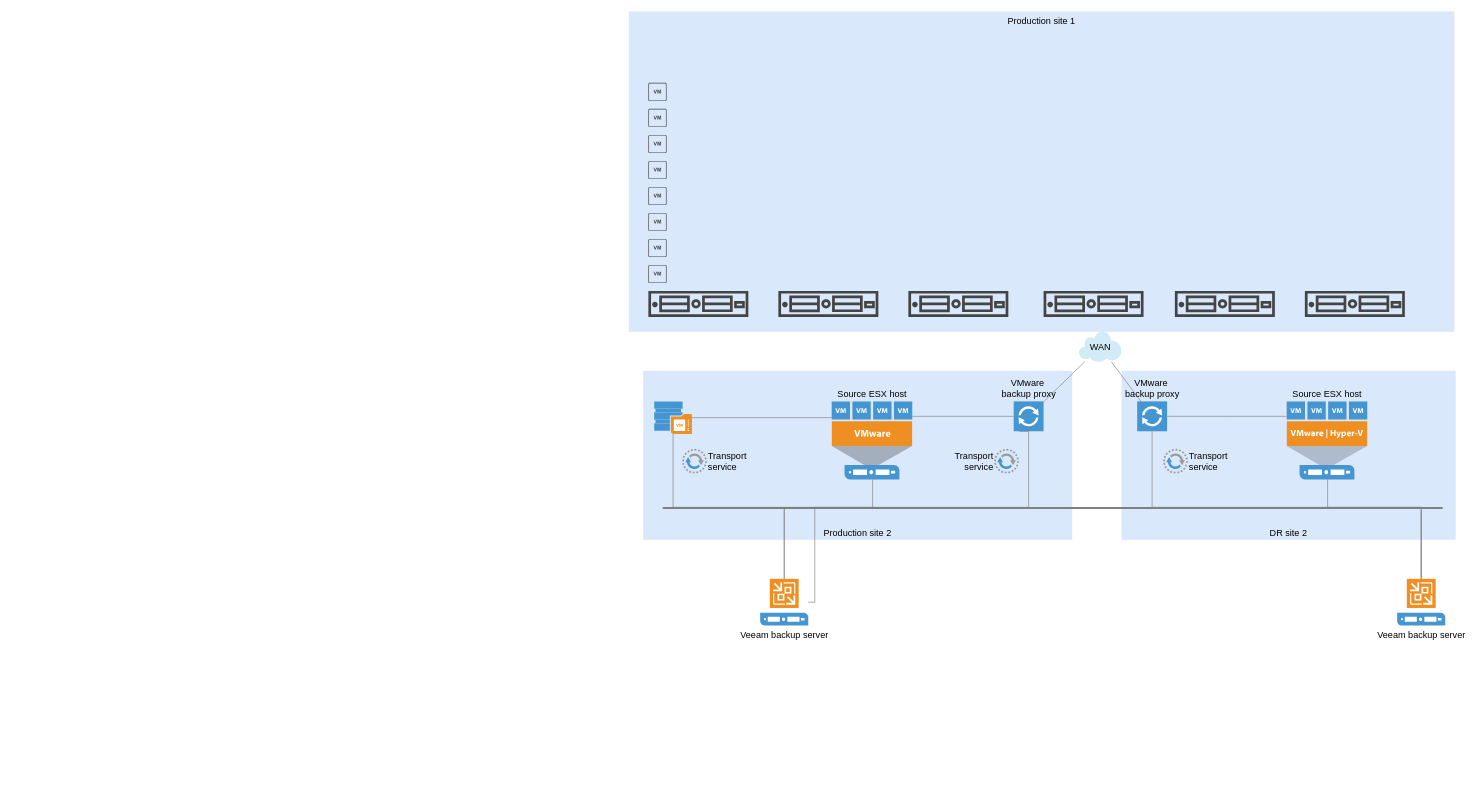
gsrit/test-git keeps this draw.io diagram as Untitled Diagram.drawio. Above is the earlier version. Source tidied: cells renumbered, new cells numbered last; positions are measured from the earlier drawing's top-left corner, leaving out a move shared by most shapes. Both pictures are drawn from the tidied source at 65%, with x=0, y=0 at pixel (629, 11). Pictures stored in the file or linked from it are replaced by grey dashed boxes.
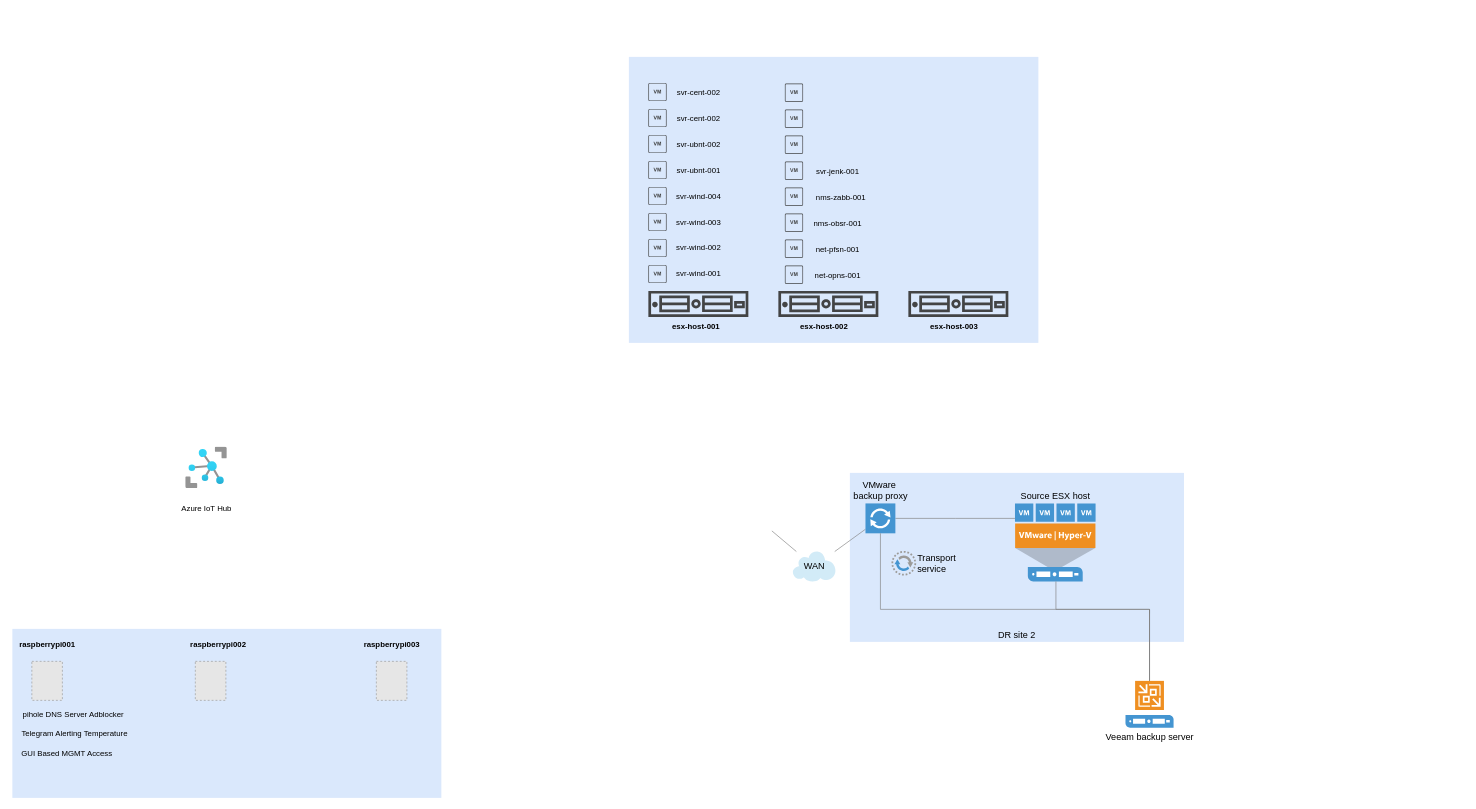
The same page after the edit.

Change to the diagram source:
```diff
@@
     <mxCell id="2" value="DR site 2" style="whiteSpace=wrap;html=1;fillColor=#dae8fc;fontSize=14;strokeColor=none;verticalAlign=bottom;" parent="1" vertex="1">
-      <mxGeometry x="758" y="553" width="514" height="260" as="geometry" />
+      <mxGeometry x="340" y="710" width="514" height="260" as="geometry" />
     </mxCell>
-    <mxCell id="3" value="Production site 2" style="whiteSpace=wrap;html=1;fillColor=#dae8fc;fontSize=14;strokeColor=none;verticalAlign=bottom;" parent="1" vertex="1">
-      <mxGeometry x="22" y="553" width="660" height="260" as="geometry" />
+    <mxCell id="3" style="whiteSpace=wrap;html=1;fillColor=#dae8fc;fontSize=14;strokeColor=none;verticalAlign=bottom;" parent="1" vertex="1">
+      <mxGeometry x="-948.5" y="950" width="660" height="260" as="geometry" />
     </mxCell>
-    <mxCell id="4" value="Production site 1" style="whiteSpace=wrap;html=1;fillColor=#dae8fc;fontSize=14;strokeColor=none;verticalAlign=top;" parent="1" vertex="1">
-      <mxGeometry width="1270" height="493" as="geometry" />
+    <mxCell id="4" style="whiteSpace=wrap;html=1;fillColor=#dae8fc;fontSize=14;strokeColor=none;verticalAlign=top;" parent="1" vertex="1">
+      <mxGeometry y="70" width="630" height="440" as="geometry" />
     </mxCell>
     <mxCell id="5" value="WAN" style="shadow=0;dashed=0;html=1;strokeColor=none;fillColor=#4495D1;labelPosition=center;verticalLabelPosition=middle;verticalAlign=middle;shape=mxgraph.veeam.2d.cloud;fontSize=14;align=center;" parent="1" vertex="1">
-      <mxGeometry x="692" y="493" width="66" height="46" as="geometry" />
+      <mxGeometry x="252" y="831" width="66" height="46" as="geometry" />
     </mxCell>
-    <mxCell id="6" style="edgeStyle=elbowEdgeStyle;rounded=0;html=1;startSize=10;endSize=10;jettySize=auto;fontSize=14;endArrow=none;endFill=0;strokeColor=#808080;elbow=vertical;" parent="1" edge="1" source="7" target="9">
-      <mxGeometry relative="1" as="geometry" />
-    </mxCell>
-    <mxCell id="7" style="shadow=0;dashed=0;html=1;strokeColor=none;fillColor=#4495D1;labelPosition=center;verticalLabelPosition=bottom;verticalAlign=top;shape=mxgraph.veeam.2d.backup_repository_2;fontSize=14;" parent="1" vertex="1">
-      <mxGeometry x="39" y="600" width="58" height="50" as="geometry" />
-    </mxCell>
-    <mxCell id="8" style="edgeStyle=elbowEdgeStyle;rounded=0;html=1;startSize=10;endSize=10;jettySize=auto;fontSize=14;endArrow=none;endFill=0;strokeColor=#808080;elbow=vertical;" parent="1" edge="1" source="9" target="11">
-      <mxGeometry relative="1" as="geometry" />
-    </mxCell>
-    <mxCell id="9" value="Source ESX host" style="shadow=0;dashed=0;html=1;strokeColor=none;fillColor=#4495D1;labelPosition=center;verticalLabelPosition=top;verticalAlign=bottom;shape=mxgraph.veeam.2d.vmware_host;fontSize=14;align=center;" parent="1" vertex="1">
-      <mxGeometry x="312" y="600" width="124" height="120" as="geometry" />
-    </mxCell>
-    <mxCell id="10" style="rounded=0;html=1;startSize=10;endSize=10;jettySize=auto;fontSize=14;endArrow=none;endFill=0;strokeColor=#808080;" parent="1" edge="1" source="11" target="5">
-      <mxGeometry relative="1" as="geometry" />
+    <mxCell id="10" style="rounded=0;html=1;startSize=10;endSize=10;jettySize=auto;fontSize=14;endArrow=none;endFill=0;strokeColor=#808080;" parent="1" edge="1" target="5">
+      <mxGeometry relative="1" as="geometry">
+        <mxPoint x="220" y="799.3" as="sourcePoint" />
+      </mxGeometry>
     </mxCell>
-    <mxCell id="11" value="VMware&amp;nbsp;&lt;div&gt;backup&amp;nbsp;&lt;span&gt;proxy&lt;/span&gt;&lt;/div&gt;" style="shadow=0;dashed=0;html=1;strokeColor=none;fillColor=#4495D1;labelPosition=center;verticalLabelPosition=top;verticalAlign=bottom;shape=mxgraph.veeam.2d.proxy;fontSize=14;align=center;" parent="1" vertex="1">
-      <mxGeometry x="592" y="600" width="46" height="46" as="geometry" />
-    </mxCell>
@@
     <mxCell id="14" value="VMware&amp;nbsp;&lt;div&gt;backup&amp;nbsp;&lt;span&gt;proxy&lt;/span&gt;&lt;/div&gt;" style="shadow=0;dashed=0;html=1;strokeColor=none;fillColor=#4495D1;labelPosition=center;verticalLabelPosition=top;verticalAlign=bottom;shape=mxgraph.veeam.2d.proxy;fontSize=14;align=center;" parent="1" vertex="1">
-      <mxGeometry x="782" y="600" width="46" height="46" as="geometry" />
+      <mxGeometry x="364" y="757" width="46" height="46" as="geometry" />
     </mxCell>
     <mxCell id="15" value="Source ESX host" style="shadow=0;dashed=0;html=1;strokeColor=none;fillColor=#4495D1;labelPosition=center;verticalLabelPosition=top;verticalAlign=bottom;shape=mxgraph.veeam.2d.hyper_v_vmware_host;fontSize=14;align=center;" parent="1" vertex="1">
-      <mxGeometry x="1012" y="600" width="124" height="120" as="geometry" />
+      <mxGeometry x="594" y="757" width="124" height="120" as="geometry" />
     </mxCell>
-    <mxCell id="16" style="edgeStyle=orthogonalEdgeStyle;rounded=0;html=1;startSize=10;endSize=10;jettySize=auto;fontSize=14;endArrow=none;endFill=0;strokeColor=#808080;" parent="1" edge="1" source="19" target="7">
-      <mxGeometry relative="1" as="geometry">
-        <Array as="points">
-          <mxPoint x="239" y="763" />
-          <mxPoint x="68" y="763" />
-        </Array>
-      </mxGeometry>
-    </mxCell>
-    <mxCell id="17" style="edgeStyle=orthogonalEdgeStyle;rounded=0;html=1;startSize=10;endSize=10;jettySize=auto;fontSize=14;endArrow=none;endFill=0;strokeColor=#808080;" parent="1" edge="1" source="19" target="9">
-      <mxGeometry relative="1" as="geometry">
-        <Array as="points">
-          <mxPoint x="239" y="763" />
-          <mxPoint x="375" y="763" />
-        </Array>
-      </mxGeometry>
-    </mxCell>
-    <mxCell id="18" style="edgeStyle=orthogonalEdgeStyle;rounded=0;html=1;entryX=0.202;entryY=1.004;entryPerimeter=0;startSize=10;endSize=10;jettySize=auto;fontSize=14;endArrow=none;endFill=0;strokeColor=#808080;" parent="1" edge="1" source="19" target="11">
-      <mxGeometry relative="1" as="geometry">
-        <Array as="points">
-          <mxPoint x="286" y="763" />
-          <mxPoint x="615" y="763" />
-          <mxPoint x="615" y="647" />
-        </Array>
-      </mxGeometry>
-    </mxCell>
-    <mxCell id="19" value="Veeam backup server" style="shadow=0;dashed=0;html=1;strokeColor=none;fillColor=#4495D1;labelPosition=center;verticalLabelPosition=bottom;verticalAlign=top;shape=mxgraph.veeam.2d.veeam_backup_and_replication_server;fontSize=14;" parent="1" vertex="1">
-      <mxGeometry x="202" y="873" width="74" height="72" as="geometry" />
-    </mxCell>
     <mxCell id="20" style="edgeStyle=orthogonalEdgeStyle;rounded=0;html=1;startSize=10;endSize=10;jettySize=auto;fontSize=14;endArrow=none;endFill=0;strokeColor=#808080;" parent="1" edge="1" source="22" target="15">
       <mxGeometry relative="1" as="geometry">
         <Array as="points">
-          <mxPoint x="1219" y="763" />
-          <mxPoint x="1075" y="763" />
+          <mxPoint x="801" y="920" />
+          <mxPoint x="657" y="920" />
         </Array>
       </mxGeometry>
     </mxCell>
     <mxCell id="21" style="edgeStyle=orthogonalEdgeStyle;rounded=0;html=1;startSize=10;endSize=10;jettySize=auto;fontSize=14;endArrow=none;endFill=0;strokeColor=#808080;" parent="1" edge="1" source="22" target="14">
       <mxGeometry relative="1" as="geometry">
         <Array as="points">
-          <mxPoint x="1219" y="763" />
-          <mxPoint x="805" y="763" />
+          <mxPoint x="801" y="920" />
+          <mxPoint x="387" y="920" />
         </Array>
       </mxGeometry>
     </mxCell>
     <mxCell id="22" value="Veeam backup server" style="shadow=0;dashed=0;html=1;strokeColor=none;fillColor=#4495D1;labelPosition=center;verticalLabelPosition=bottom;verticalAlign=top;shape=mxgraph.veeam.2d.veeam_backup_and_replication_server;fontSize=14;" parent="1" vertex="1">
-      <mxGeometry x="1182" y="873" width="74" height="72" as="geometry" />
+      <mxGeometry x="764" y="1030" width="74" height="72" as="geometry" />
     </mxCell>
-    <mxCell id="23" value="Transport&lt;div&gt;service&lt;/div&gt;" style="shadow=0;dashed=0;html=1;strokeColor=none;fillColor=#4495D1;labelPosition=right;verticalLabelPosition=middle;verticalAlign=middle;shape=mxgraph.veeam.2d.data_mover;fontSize=14;align=left;" parent="1" vertex="1">
-      <mxGeometry x="82" y="673" width="38" height="38" as="geometry" />
-    </mxCell>
-    <mxCell id="24" value="Transport&lt;div&gt;service&lt;/div&gt;" style="shadow=0;dashed=0;html=1;strokeColor=none;fillColor=#4495D1;labelPosition=left;verticalLabelPosition=middle;verticalAlign=middle;shape=mxgraph.veeam.2d.data_mover;fontSize=14;align=right;" parent="1" vertex="1">
-      <mxGeometry x="562" y="673" width="38" height="38" as="geometry" />
-    </mxCell>
     <mxCell id="25" value="Transport&lt;div&gt;service&lt;/div&gt;" style="shadow=0;dashed=0;html=1;strokeColor=none;fillColor=#4495D1;labelPosition=right;verticalLabelPosition=middle;verticalAlign=middle;shape=mxgraph.veeam.2d.data_mover;fontSize=14;align=left;" parent="1" vertex="1">
-      <mxGeometry x="822" y="673" width="38" height="38" as="geometry" />
+      <mxGeometry x="404" y="830" width="38" height="38" as="geometry" />
     </mxCell>
-    <mxCell id="26" style="line;strokeWidth=3;html=1;fillColor=none;gradientColor=none;fontSize=14;strokeColor=#808080;" parent="1" vertex="1">
-      <mxGeometry x="52" y="759" width="1200" height="10" as="geometry" />
-    </mxCell>
-    <mxCell id="27" style="edgeStyle=orthogonalEdgeStyle;rounded=0;html=1;startSize=10;endSize=10;jettySize=auto;fontSize=14;endArrow=none;endFill=0;strokeColor=#808080;" parent="1" edge="1" source="22" target="26">
+    <mxCell id="27" style="edgeStyle=orthogonalEdgeStyle;rounded=0;html=1;startSize=10;endSize=10;jettySize=auto;fontSize=14;endArrow=none;endFill=0;strokeColor=#808080;" parent="1" edge="1" source="22">
       <mxGeometry relative="1" as="geometry">
+        <mxPoint x="801" y="926" as="targetPoint" />
         <Array as="points">
-          <mxPoint x="1219" y="763" />
+          <mxPoint x="801" y="920" />
         </Array>
       </mxGeometry>
     </mxCell>
@@
-    <mxCell id="31" style="sketch=0;shadow=0;dashed=0;html=1;strokeColor=none;fillColor=#434445;labelPosition=center;verticalLabelPosition=bottom;verticalAlign=top;align=center;shape=mxgraph.vvd.server;" parent="1" vertex="1">
-      <mxGeometry x="638" y="430" width="153.8" height="40" as="geometry" />
-    </mxCell>
-    <mxCell id="32" style="sketch=0;shadow=0;dashed=0;html=1;strokeColor=none;fillColor=#434445;labelPosition=center;verticalLabelPosition=bottom;verticalAlign=top;align=center;shape=mxgraph.vvd.server;" parent="1" vertex="1">
-      <mxGeometry x="840" y="430" width="153.8" height="40" as="geometry" />
-    </mxCell>
-    <mxCell id="33" style="sketch=0;shadow=0;dashed=0;html=1;strokeColor=none;fillColor=#434445;labelPosition=center;verticalLabelPosition=bottom;verticalAlign=top;align=center;shape=mxgraph.vvd.server;" parent="1" vertex="1">
-      <mxGeometry x="1040" y="430" width="153.8" height="40" as="geometry" />
-    </mxCell>
@@
+    <mxCell id="42" value="svr-wind-001" style="text;html=1;align=center;verticalAlign=middle;strokeColor=none;fillColor=none;" parent="1" vertex="1">
+      <mxGeometry x="61.9" y="389" width="90" height="30" as="geometry" />
+    </mxCell>
+    <mxCell id="43" value="svr-wind-002" style="text;html=1;align=center;verticalAlign=middle;strokeColor=none;fillColor=none;" parent="1" vertex="1">
+      <mxGeometry x="61.9" y="348" width="90" height="30" as="geometry" />
+    </mxCell>
+    <mxCell id="44" value="svr-wind-003" style="text;html=1;align=center;verticalAlign=middle;strokeColor=none;fillColor=none;" parent="1" vertex="1">
+      <mxGeometry x="61.9" y="310" width="90" height="30" as="geometry" />
+    </mxCell>
+    <mxCell id="45" value="svr-wind-004" style="text;html=1;align=center;verticalAlign=middle;strokeColor=none;fillColor=none;" parent="1" vertex="1">
+      <mxGeometry x="61.9" y="270" width="90" height="30" as="geometry" />
+    </mxCell>
+    <mxCell id="46" value="svr-ubnt-001" style="text;html=1;align=center;verticalAlign=middle;strokeColor=none;fillColor=none;" parent="1" vertex="1">
+      <mxGeometry x="61.9" y="230" width="90" height="30" as="geometry" />
+    </mxCell>
+    <mxCell id="47" value="svr-ubnt-002" style="text;html=1;align=center;verticalAlign=middle;strokeColor=none;fillColor=none;" parent="1" vertex="1">
+      <mxGeometry x="61.9" y="190" width="90" height="30" as="geometry" />
+    </mxCell>
+    <mxCell id="48" value="svr-cent-002" style="text;html=1;align=center;verticalAlign=middle;strokeColor=none;fillColor=none;" parent="1" vertex="1">
+      <mxGeometry x="61.9" y="150" width="90" height="30" as="geometry" />
+    </mxCell>
+    <mxCell id="49" value="svr-cent-002" style="text;html=1;align=center;verticalAlign=middle;strokeColor=none;fillColor=none;" parent="1" vertex="1">
+      <mxGeometry x="61.9" y="110" width="90" height="30" as="geometry" />
+    </mxCell>
+    <mxCell id="50" style="sketch=0;shadow=0;dashed=0;html=1;strokeColor=none;fillColor=#434445;labelPosition=center;verticalLabelPosition=bottom;verticalAlign=top;align=center;shape=mxgraph.vvd.virtual_machine;" parent="1" vertex="1">
+      <mxGeometry x="240" y="391" width="28" height="28" as="geometry" />
+    </mxCell>
+    <mxCell id="51" style="sketch=0;shadow=0;dashed=0;html=1;strokeColor=none;fillColor=#434445;labelPosition=center;verticalLabelPosition=bottom;verticalAlign=top;align=center;shape=mxgraph.vvd.virtual_machine;" parent="1" vertex="1">
+      <mxGeometry x="240" y="351" width="28" height="28" as="geometry" />
+    </mxCell>
+    <mxCell id="52" style="sketch=0;shadow=0;dashed=0;html=1;strokeColor=none;fillColor=#434445;labelPosition=center;verticalLabelPosition=bottom;verticalAlign=top;align=center;shape=mxgraph.vvd.virtual_machine;" parent="1" vertex="1">
+      <mxGeometry x="240" y="311" width="28" height="28" as="geometry" />
+    </mxCell>
+    <mxCell id="53" style="sketch=0;shadow=0;dashed=0;html=1;strokeColor=none;fillColor=#434445;labelPosition=center;verticalLabelPosition=bottom;verticalAlign=top;align=center;shape=mxgraph.vvd.virtual_machine;" parent="1" vertex="1">
+      <mxGeometry x="240" y="271" width="28" height="28" as="geometry" />
+    </mxCell>
+    <mxCell id="54" style="sketch=0;shadow=0;dashed=0;html=1;strokeColor=none;fillColor=#434445;labelPosition=center;verticalLabelPosition=bottom;verticalAlign=top;align=center;shape=mxgraph.vvd.virtual_machine;" parent="1" vertex="1">
+      <mxGeometry x="240" y="231" width="28" height="28" as="geometry" />
+    </mxCell>
+    <mxCell id="55" style="sketch=0;shadow=0;dashed=0;html=1;strokeColor=none;fillColor=#434445;labelPosition=center;verticalLabelPosition=bottom;verticalAlign=top;align=center;shape=mxgraph.vvd.virtual_machine;" parent="1" vertex="1">
+      <mxGeometry x="240" y="191" width="28" height="28" as="geometry" />
+    </mxCell>
+    <mxCell id="56" style="sketch=0;shadow=0;dashed=0;html=1;strokeColor=none;fillColor=#434445;labelPosition=center;verticalLabelPosition=bottom;verticalAlign=top;align=center;shape=mxgraph.vvd.virtual_machine;" parent="1" vertex="1">
+      <mxGeometry x="240" y="151" width="28" height="28" as="geometry" />
+    </mxCell>
+    <mxCell id="57" style="sketch=0;shadow=0;dashed=0;html=1;strokeColor=none;fillColor=#434445;labelPosition=center;verticalLabelPosition=bottom;verticalAlign=top;align=center;shape=mxgraph.vvd.virtual_machine;" parent="1" vertex="1">
+      <mxGeometry x="240" y="111" width="28" height="28" as="geometry" />
+    </mxCell>
+    <mxCell id="58" value="net-opns-001" style="text;html=1;align=center;verticalAlign=middle;strokeColor=none;fillColor=none;" parent="1" vertex="1">
+      <mxGeometry x="276" y="391" width="90" height="30" as="geometry" />
+    </mxCell>
+    <mxCell id="59" value="net-pfsn-001" style="text;html=1;align=center;verticalAlign=middle;strokeColor=none;fillColor=none;" parent="1" vertex="1">
+      <mxGeometry x="276" y="351" width="90" height="30" as="geometry" />
+    </mxCell>
+    <mxCell id="60" value="nms-obsr-001" style="text;html=1;align=center;verticalAlign=middle;strokeColor=none;fillColor=none;" parent="1" vertex="1">
+      <mxGeometry x="271" y="311" width="100" height="30" as="geometry" />
+    </mxCell>
+    <mxCell id="61" value="nms-zabb-001" style="text;html=1;align=center;verticalAlign=middle;strokeColor=none;fillColor=none;" parent="1" vertex="1">
+      <mxGeometry x="276" y="271" width="100" height="30" as="geometry" />
+    </mxCell>
+    <mxCell id="62" value="svr-jenk-001" style="text;html=1;align=center;verticalAlign=middle;strokeColor=none;fillColor=none;" parent="1" vertex="1">
+      <mxGeometry x="276" y="231" width="90" height="30" as="geometry" />
+    </mxCell>
+    <mxCell id="63" value="esx-host-001" style="text;html=1;align=center;verticalAlign=middle;strokeColor=none;fillColor=none;fontStyle=1;" parent="1" vertex="1">
+      <mxGeometry x="53" y="470" width="100" height="30" as="geometry" />
+    </mxCell>
+    <mxCell id="64" value="esx-host-002" style="text;html=1;align=center;verticalAlign=middle;strokeColor=none;fillColor=none;fontStyle=1;" parent="1" vertex="1">
+      <mxGeometry x="250" y="470" width="100" height="30" as="geometry" />
+    </mxCell>
+    <mxCell id="65" value="esx-host-003" style="text;html=1;align=center;verticalAlign=middle;strokeColor=none;fillColor=none;fontStyle=1;" parent="1" vertex="1">
+      <mxGeometry x="450" y="470" width="100" height="30" as="geometry" />
+    </mxCell>
+    <mxCell id="66" style="fillColor=#E6E6E6;strokeColor=#999999;dashed=1;verticalLabelPosition=bottom;labelBackgroundColor=default;verticalAlign=top;" parent="1" vertex="1">
+      <mxGeometry x="-918.5" y="1000" width="47" height="60" as="geometry" />
+    </mxCell>
+    <mxCell id="67" style="fillColor=#E6E6E6;strokeColor=#999999;dashed=1;verticalLabelPosition=bottom;labelBackgroundColor=default;verticalAlign=top;" parent="1" vertex="1">
+      <mxGeometry x="-667" y="1000" width="47" height="60" as="geometry" />
+    </mxCell>
+    <mxCell id="68" style="fillColor=#E6E6E6;strokeColor=#999999;dashed=1;verticalLabelPosition=bottom;labelBackgroundColor=default;verticalAlign=top;" parent="1" vertex="1">
+      <mxGeometry x="-388.5" y="1000" width="47" height="60" as="geometry" />
+    </mxCell>
+    <mxCell id="69" value="raspberrypi001" style="text;html=1;align=center;verticalAlign=middle;strokeColor=none;fillColor=none;fontStyle=1;" parent="1" vertex="1">
+      <mxGeometry x="-950" y="960" width="110" height="30" as="geometry" />
+    </mxCell>
+    <mxCell id="70" value="raspberrypi002" style="text;html=1;align=center;verticalAlign=middle;strokeColor=none;fillColor=none;fontStyle=1;" parent="1" vertex="1">
+      <mxGeometry x="-687.5" y="960" width="110" height="30" as="geometry" />
+    </mxCell>
+    <mxCell id="71" value="raspberrypi003" style="text;html=1;align=center;verticalAlign=middle;strokeColor=none;fillColor=none;fontStyle=1;" parent="1" vertex="1">
+      <mxGeometry x="-420" y="960" width="110" height="30" as="geometry" />
+    </mxCell>
+    <mxCell id="72" value="pihole DNS Server Adblocker" style="text;html=1;align=center;verticalAlign=middle;strokeColor=none;fillColor=none;" parent="1" vertex="1">
+      <mxGeometry x="-944.6" y="1067" width="180" height="30" as="geometry" />
+    </mxCell>
+    <mxCell id="73" value="Telegram Alerting Temperature" style="text;html=1;align=center;verticalAlign=middle;strokeColor=none;fillColor=none;" parent="1" vertex="1">
+      <mxGeometry x="-948.5" y="1097" width="190" height="30" as="geometry" />
+    </mxCell>
+    <mxCell id="74" value="GUI Based MGMT Access" style="text;html=1;align=center;verticalAlign=middle;strokeColor=none;fillColor=none;" parent="1" vertex="1">
+      <mxGeometry x="-944.6" y="1127" width="160" height="30" as="geometry" />
+    </mxCell>
+    <mxCell id="75" style="image;html=1;align=center;fontSize=12;image=img/lib/azure2/iot/IoT_Hub.svg;" parent="1" vertex="1">
+      <mxGeometry x="-682" y="670" width="64" height="64" as="geometry" />
+    </mxCell>
+    <mxCell id="76" value="Azure IoT Hub" style="text;html=1;align=center;verticalAlign=middle;strokeColor=none;fillColor=none;" parent="1" vertex="1">
+      <mxGeometry x="-700" y="750" width="100" height="30" as="geometry" />
+    </mxCell>
```
